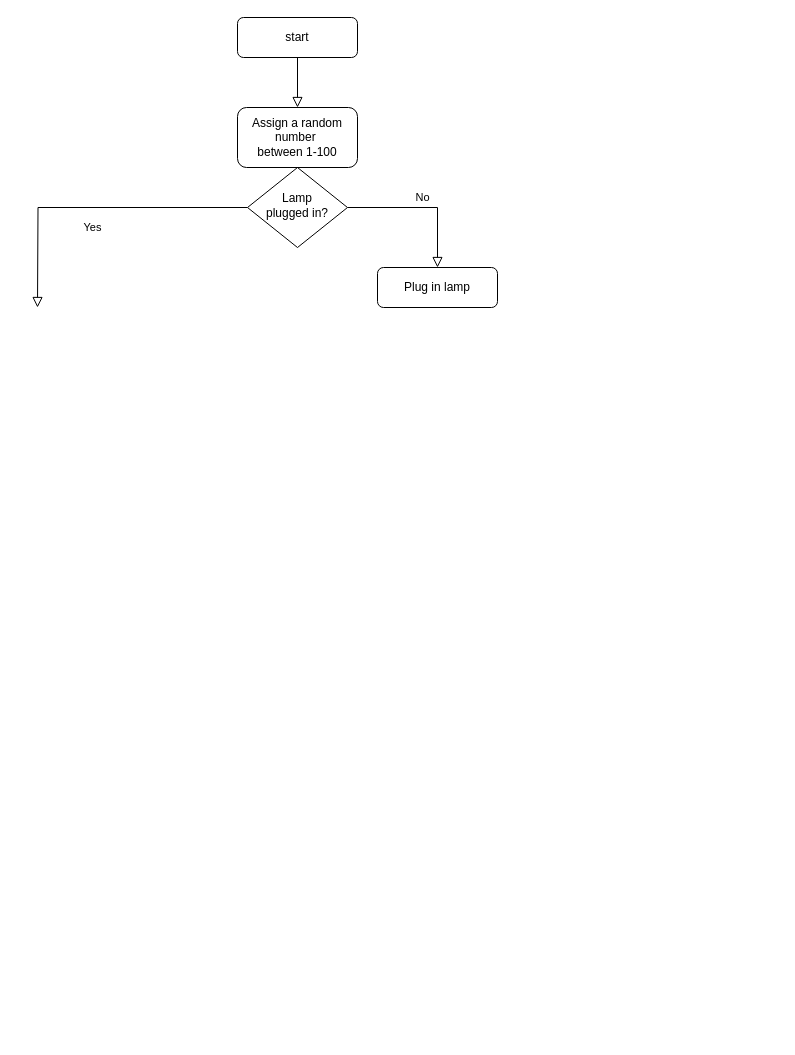
This is Untitled Diagram.drawio from tinho-terrence/PythonBootCamp, a draw.io file, before an edit. Source tidied: cells renumbered, new cells numbered last; positions are measured from the earlier drawing's top-left corner, leaving out a move shared by most shapes. Both pictures are drawn from the tidied source at 100%, with x=0, y=0 at pixel (37, 17).
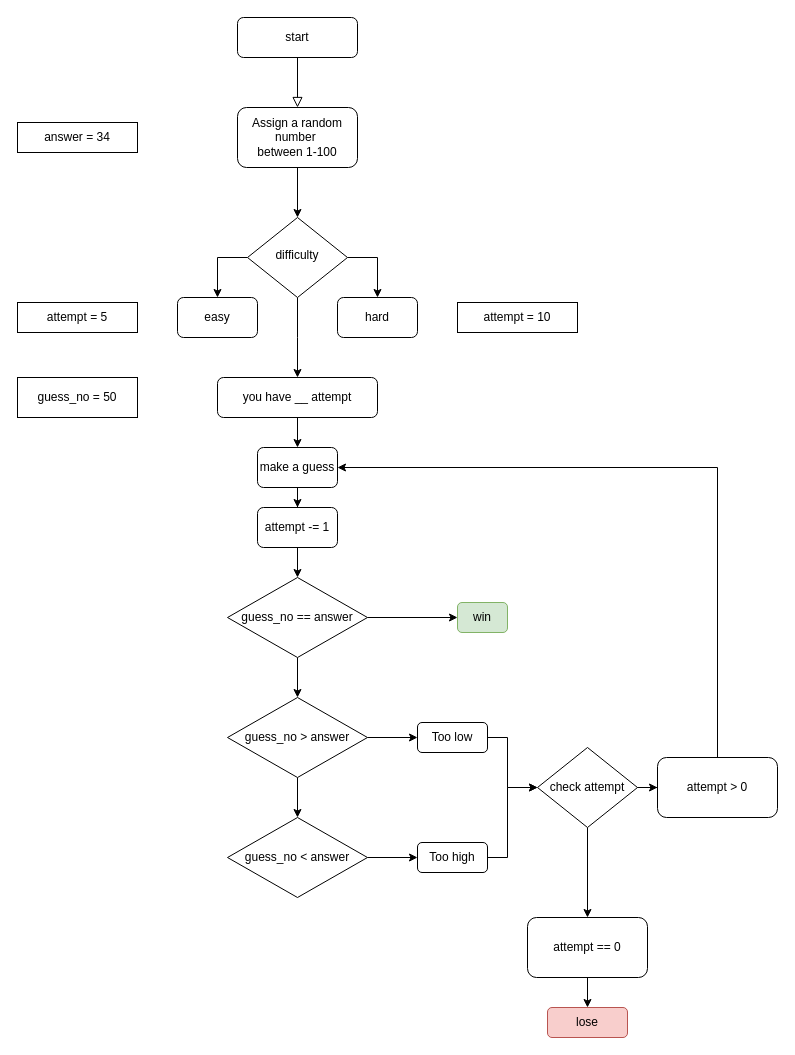
Above is the later version.

Unchanged cells that the change refers to:
```xml
<mxCell id="8" value="Assign a random number&amp;nbsp;&lt;br&gt;between 1-100" style="rounded=1;whiteSpace=wrap;html=1;" parent="1" vertex="1">
  <mxGeometry x="200" y="90" width="120" height="60" as="geometry" />
</mxCell>
```

The edit, as a diff of the source:
```diff
@@
-    <mxCell id="4" value="Yes" style="rounded=0;html=1;jettySize=auto;fontSize=11;endArrow=block;endFill=0;endSize=8;strokeWidth=1;shadow=0;labelBackgroundColor=none;edgeStyle=orthogonalEdgeStyle;" parent="1" edge="1" source="6">
-      <mxGeometry y="20" relative="1" as="geometry">
-        <mxPoint y="290" as="targetPoint" />
-      </mxGeometry>
-    </mxCell>
-    <mxCell id="5" value="No" style="edgeStyle=orthogonalEdgeStyle;rounded=0;html=1;jettySize=auto;fontSize=11;endArrow=block;endFill=0;endSize=8;strokeWidth=1;shadow=0;labelBackgroundColor=none;" parent="1" edge="1" source="6" target="7">
-      <mxGeometry y="10" relative="1" as="geometry" />
-    </mxCell>
+    <mxCell id="9" style="edgeStyle=orthogonalEdgeStyle;rounded=0;jettySize=auto;html=1;exitX=0;exitY=0.5;exitDx=0;exitDy=0;entryX=0.5;entryY=0;entryDx=0;entryDy=0;" parent="1" edge="1" source="6" target="13">
+      <mxGeometry relative="1" as="geometry" />
+    </mxCell>
+    <mxCell id="10" style="edgeStyle=orthogonalEdgeStyle;rounded=0;jettySize=auto;html=1;exitX=1;exitY=0.5;exitDx=0;exitDy=0;entryX=0.5;entryY=0;entryDx=0;entryDy=0;" parent="1" edge="1" source="6" target="14">
+      <mxGeometry relative="1" as="geometry" />
+    </mxCell>
+    <mxCell id="11" style="edgeStyle=orthogonalEdgeStyle;rounded=0;jettySize=auto;html=1;" parent="1" edge="1" source="6">
+      <mxGeometry relative="1" as="geometry">
+        <mxPoint x="260" y="360" as="targetPoint" />
+      </mxGeometry>
+    </mxCell>
-    <mxCell id="6" value="Lamp&lt;br&gt;plugged in?" style="rhombus;whiteSpace=wrap;html=1;shadow=0;fontFamily=Helvetica;fontSize=12;align=center;strokeWidth=1;spacing=6;spacingTop=-4;" parent="1" vertex="1">
-      <mxGeometry x="210" y="150" width="100" height="80" as="geometry" />
+    <mxCell id="6" value="difficulty" style="rhombus;whiteSpace=wrap;html=1;shadow=0;fontFamily=Helvetica;fontSize=12;align=center;strokeWidth=1;spacing=6;spacingTop=-4;" parent="1" vertex="1">
+      <mxGeometry x="210" y="200" width="100" height="80" as="geometry" />
     </mxCell>
-    <mxCell id="7" value="Plug in lamp" style="rounded=1;whiteSpace=wrap;html=1;fontSize=12;glass=0;strokeWidth=1;shadow=0;" parent="1" vertex="1">
-      <mxGeometry x="340" y="250" width="120" height="40" as="geometry" />
-    </mxCell>
+    <mxCell id="12" style="edgeStyle=orthogonalEdgeStyle;rounded=0;jettySize=auto;html=1;exitX=0.5;exitY=1;exitDx=0;exitDy=0;" parent="1" edge="1" source="8" target="6">
+      <mxGeometry relative="1" as="geometry" />
+    </mxCell>
@@
+    <mxCell id="13" value="easy" style="rounded=1;whiteSpace=wrap;html=1;" parent="1" vertex="1">
+      <mxGeometry x="140" y="280" width="80" height="40" as="geometry" />
+    </mxCell>
+    <mxCell id="14" value="hard" style="rounded=1;whiteSpace=wrap;html=1;" parent="1" vertex="1">
+      <mxGeometry x="300" y="280" width="80" height="40" as="geometry" />
+    </mxCell>
+    <mxCell id="15" value="answer = 34" style="rounded=0;whiteSpace=wrap;html=1;" parent="1" vertex="1">
+      <mxGeometry x="-20" y="105" width="120" height="30" as="geometry" />
+    </mxCell>
+    <mxCell id="16" value="attempt = 5" style="rounded=0;whiteSpace=wrap;html=1;" parent="1" vertex="1">
+      <mxGeometry x="-20" y="285" width="120" height="30" as="geometry" />
+    </mxCell>
+    <mxCell id="17" value="attempt = 10" style="rounded=0;whiteSpace=wrap;html=1;" parent="1" vertex="1">
+      <mxGeometry x="420" y="285" width="120" height="30" as="geometry" />
+    </mxCell>
+    <mxCell id="18" style="edgeStyle=orthogonalEdgeStyle;rounded=0;jettySize=auto;html=1;exitX=0.5;exitY=1;exitDx=0;exitDy=0;entryX=0.5;entryY=0;entryDx=0;entryDy=0;" parent="1" edge="1" source="20" target="23">
+      <mxGeometry relative="1" as="geometry" />
+    </mxCell>
+    <mxCell id="19" style="edgeStyle=orthogonalEdgeStyle;rounded=0;jettySize=auto;html=1;exitX=0.5;exitY=1;exitDx=0;exitDy=0;entryX=0.5;entryY=0;entryDx=0;entryDy=0;" parent="1" edge="1" source="20" target="28">
+      <mxGeometry relative="1" as="geometry" />
+    </mxCell>
+    <mxCell id="20" value="make a guess" style="rounded=1;whiteSpace=wrap;html=1;" parent="1" vertex="1">
+      <mxGeometry x="220" y="430" width="80" height="40" as="geometry" />
+    </mxCell>
+    <mxCell id="21" style="edgeStyle=orthogonalEdgeStyle;rounded=0;jettySize=auto;html=1;" parent="1" edge="1" source="23" target="25">
+      <mxGeometry relative="1" as="geometry" />
+    </mxCell>
+    <mxCell id="22" style="edgeStyle=orthogonalEdgeStyle;rounded=0;jettySize=auto;html=1;exitX=0.5;exitY=1;exitDx=0;exitDy=0;entryX=0.5;entryY=0;entryDx=0;entryDy=0;" parent="1" edge="1" source="23" target="31">
+      <mxGeometry relative="1" as="geometry" />
+    </mxCell>
+    <mxCell id="23" value="guess_no == answer" style="rhombus;whiteSpace=wrap;html=1;" parent="1" vertex="1">
+      <mxGeometry x="190" y="560" width="140" height="80" as="geometry" />
+    </mxCell>
+    <mxCell id="24" value="guess_no = 50" style="rounded=0;whiteSpace=wrap;html=1;" parent="1" vertex="1">
+      <mxGeometry x="-20" y="360" width="120" height="40" as="geometry" />
+    </mxCell>
+    <mxCell id="25" value="win" style="rounded=1;whiteSpace=wrap;html=1;fillColor=#d5e8d4;strokeColor=#82b366;" parent="1" vertex="1">
+      <mxGeometry x="420" y="585" width="50" height="30" as="geometry" />
+    </mxCell>
+    <mxCell id="26" style="edgeStyle=orthogonalEdgeStyle;rounded=0;jettySize=auto;html=1;exitX=0.5;exitY=1;exitDx=0;exitDy=0;entryX=0.5;entryY=0;entryDx=0;entryDy=0;" parent="1" edge="1" source="27" target="20">
+      <mxGeometry relative="1" as="geometry" />
+    </mxCell>
+    <mxCell id="27" value="you have __ attempt" style="rounded=1;whiteSpace=wrap;html=1;" parent="1" vertex="1">
+      <mxGeometry x="180" y="360" width="160" height="40" as="geometry" />
+    </mxCell>
+    <mxCell id="28" value="attempt -= 1" style="rounded=1;whiteSpace=wrap;html=1;" parent="1" vertex="1">
+      <mxGeometry x="220" y="490" width="80" height="40" as="geometry" />
+    </mxCell>
+    <mxCell id="29" style="edgeStyle=orthogonalEdgeStyle;rounded=0;jettySize=auto;html=1;entryX=0.5;entryY=0;entryDx=0;entryDy=0;" parent="1" edge="1" source="31" target="35">
+      <mxGeometry relative="1" as="geometry" />
+    </mxCell>
+    <mxCell id="30" style="edgeStyle=orthogonalEdgeStyle;rounded=0;jettySize=auto;html=1;" parent="1" edge="1" source="31" target="33">
+      <mxGeometry relative="1" as="geometry" />
+    </mxCell>
+    <mxCell id="31" value="guess_no &amp;gt; answer" style="rhombus;whiteSpace=wrap;html=1;" parent="1" vertex="1">
+      <mxGeometry x="190" y="680" width="140" height="80" as="geometry" />
+    </mxCell>
+    <mxCell id="32" style="edgeStyle=orthogonalEdgeStyle;rounded=0;jettySize=auto;html=1;exitX=1;exitY=0.5;exitDx=0;exitDy=0;entryX=0;entryY=0.5;entryDx=0;entryDy=0;" parent="1" edge="1" source="33" target="40">
+      <mxGeometry relative="1" as="geometry">
+        <Array as="points">
+          <mxPoint x="470" y="720" />
+          <mxPoint x="470" y="770" />
+        </Array>
+      </mxGeometry>
+    </mxCell>
+    <mxCell id="33" value="Too low" style="rounded=1;whiteSpace=wrap;html=1;" parent="1" vertex="1">
+      <mxGeometry x="380" y="705" width="70" height="30" as="geometry" />
+    </mxCell>
+    <mxCell id="34" style="edgeStyle=orthogonalEdgeStyle;rounded=0;jettySize=auto;html=1;exitX=1;exitY=0.5;exitDx=0;exitDy=0;" parent="1" edge="1" source="35" target="37">
+      <mxGeometry relative="1" as="geometry" />
+    </mxCell>
+    <mxCell id="35" value="guess_no &amp;lt; answer" style="rhombus;whiteSpace=wrap;html=1;" parent="1" vertex="1">
+      <mxGeometry x="190" y="800" width="140" height="80" as="geometry" />
+    </mxCell>
+    <mxCell id="36" style="edgeStyle=orthogonalEdgeStyle;rounded=0;jettySize=auto;html=1;exitX=1;exitY=0.5;exitDx=0;exitDy=0;" parent="1" edge="1" source="37">
+      <mxGeometry relative="1" as="geometry">
+        <mxPoint x="500" y="770" as="targetPoint" />
+        <Array as="points">
+          <mxPoint x="470" y="840" />
+          <mxPoint x="470" y="770" />
+        </Array>
+      </mxGeometry>
+    </mxCell>
+    <mxCell id="37" value="Too high" style="rounded=1;whiteSpace=wrap;html=1;" parent="1" vertex="1">
+      <mxGeometry x="380" y="825" width="70" height="30" as="geometry" />
+    </mxCell>
+    <mxCell id="38" style="edgeStyle=orthogonalEdgeStyle;rounded=0;jettySize=auto;html=1;" parent="1" edge="1" source="40" target="42">
+      <mxGeometry relative="1" as="geometry" />
+    </mxCell>
+    <mxCell id="39" style="edgeStyle=orthogonalEdgeStyle;rounded=0;jettySize=auto;html=1;exitX=1;exitY=0.5;exitDx=0;exitDy=0;" parent="1" edge="1" source="40" target="45">
+      <mxGeometry relative="1" as="geometry" />
+    </mxCell>
+    <mxCell id="40" value="check attempt" style="rhombus;whiteSpace=wrap;html=1;" parent="1" vertex="1">
+      <mxGeometry x="500" y="730" width="100" height="80" as="geometry" />
+    </mxCell>
+    <mxCell id="41" style="edgeStyle=orthogonalEdgeStyle;rounded=0;jettySize=auto;html=1;" parent="1" edge="1" source="42" target="43">
+      <mxGeometry relative="1" as="geometry" />
+    </mxCell>
+    <mxCell id="42" value="attempt == 0" style="rounded=1;whiteSpace=wrap;html=1;" parent="1" vertex="1">
+      <mxGeometry x="490" y="900" width="120" height="60" as="geometry" />
+    </mxCell>
+    <mxCell id="43" value="lose" style="rounded=1;whiteSpace=wrap;html=1;fillColor=#f8cecc;strokeColor=#b85450;" parent="1" vertex="1">
+      <mxGeometry x="510" y="990" width="80" height="30" as="geometry" />
+    </mxCell>
+    <mxCell id="44" style="edgeStyle=orthogonalEdgeStyle;rounded=0;jettySize=auto;html=1;exitX=0.5;exitY=0;exitDx=0;exitDy=0;entryX=1;entryY=0.5;entryDx=0;entryDy=0;" parent="1" edge="1" source="45" target="20">
+      <mxGeometry relative="1" as="geometry" />
+    </mxCell>
+    <mxCell id="45" value="attempt &amp;gt; 0" style="rounded=1;whiteSpace=wrap;html=1;" parent="1" vertex="1">
+      <mxGeometry x="620" y="740" width="120" height="60" as="geometry" />
+    </mxCell>
```
